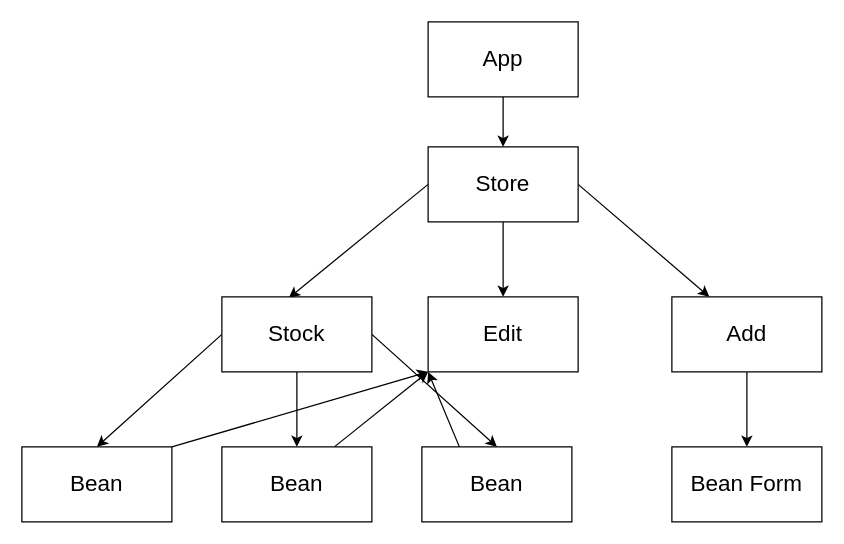
Before: diagram.drawio in kiernan2/inventory, a draw.io diagram. Source tidied: cells renumbered, new cells numbered last; positions are measured from the earlier drawing's top-left corner, leaving out a move shared by most shapes. Both pictures are drawn from the tidied source at 125%, with x=0, y=0 at pixel (21, 21).
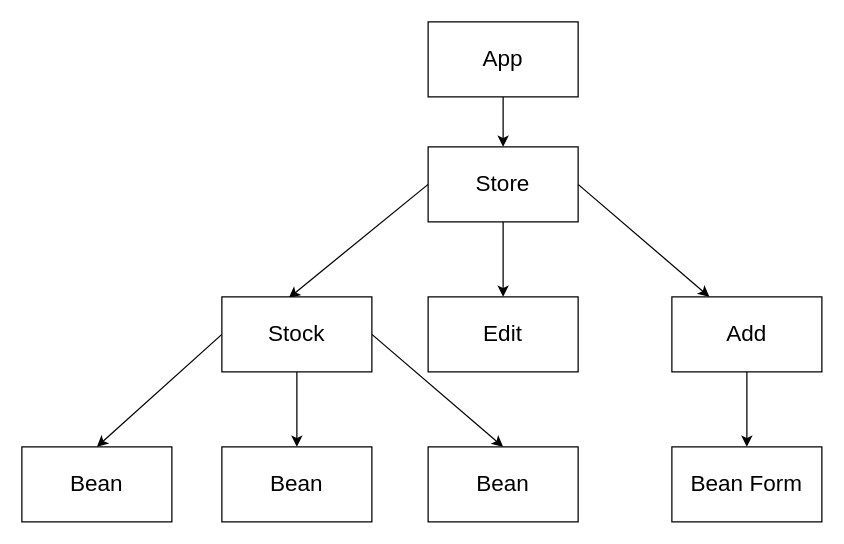
The same page after the edit.

Unchanged cells that the change refers to:
```xml
<mxCell id="13" value="&lt;span style=&quot;font-size: 18px; text-align: left;&quot;&gt;Bean&lt;/span&gt;" style="whiteSpace=wrap;html=1;" parent="1" vertex="1">
  <mxGeometry x="160" y="340" width="120" height="60" as="geometry" />
</mxCell>
<mxCell id="15" value="&lt;span style=&quot;text-align: left;&quot;&gt;&lt;font style=&quot;font-size: 18px;&quot;&gt;Bean&lt;/font&gt;&lt;/span&gt;" style="whiteSpace=wrap;html=1;" parent="1" vertex="1">
  <mxGeometry y="340" width="120" height="60" as="geometry" />
</mxCell>
<mxCell id="21" value="&lt;span style=&quot;text-align: left;&quot;&gt;&lt;font style=&quot;font-size: 18px;&quot;&gt;Edit&lt;br&gt;&lt;/font&gt;&lt;/span&gt;" style="whiteSpace=wrap;html=1;" parent="1" vertex="1">
  <mxGeometry x="325" y="220" width="120" height="60" as="geometry" />
</mxCell>
```

The edit, as a diff of the source:
```diff
@@
-    <mxCell id="10" style="edgeStyle=none;html=1;exitX=0.25;exitY=0;exitDx=0;exitDy=0;entryX=0;entryY=1;entryDx=0;entryDy=0;" parent="1" edge="1" source="11" target="21">
-      <mxGeometry relative="1" as="geometry" />
-    </mxCell>
     <mxCell id="11" value="&lt;span style=&quot;font-size: 18px; text-align: left;&quot;&gt;Bean&lt;/span&gt;" style="whiteSpace=wrap;html=1;" parent="1" vertex="1">
-      <mxGeometry x="320" y="340" width="120" height="60" as="geometry" />
+      <mxGeometry x="325" y="340" width="120" height="60" as="geometry" />
     </mxCell>
-    <mxCell id="12" style="edgeStyle=none;html=1;exitX=0.75;exitY=0;exitDx=0;exitDy=0;entryX=0;entryY=1;entryDx=0;entryDy=0;" parent="1" edge="1" source="13" target="21">
-      <mxGeometry relative="1" as="geometry" />
-    </mxCell>
@@
-    <mxCell id="14" style="edgeStyle=none;html=1;exitX=1;exitY=0;exitDx=0;exitDy=0;entryX=0;entryY=1;entryDx=0;entryDy=0;" parent="1" edge="1" source="15" target="21">
-      <mxGeometry relative="1" as="geometry" />
-    </mxCell>
```
